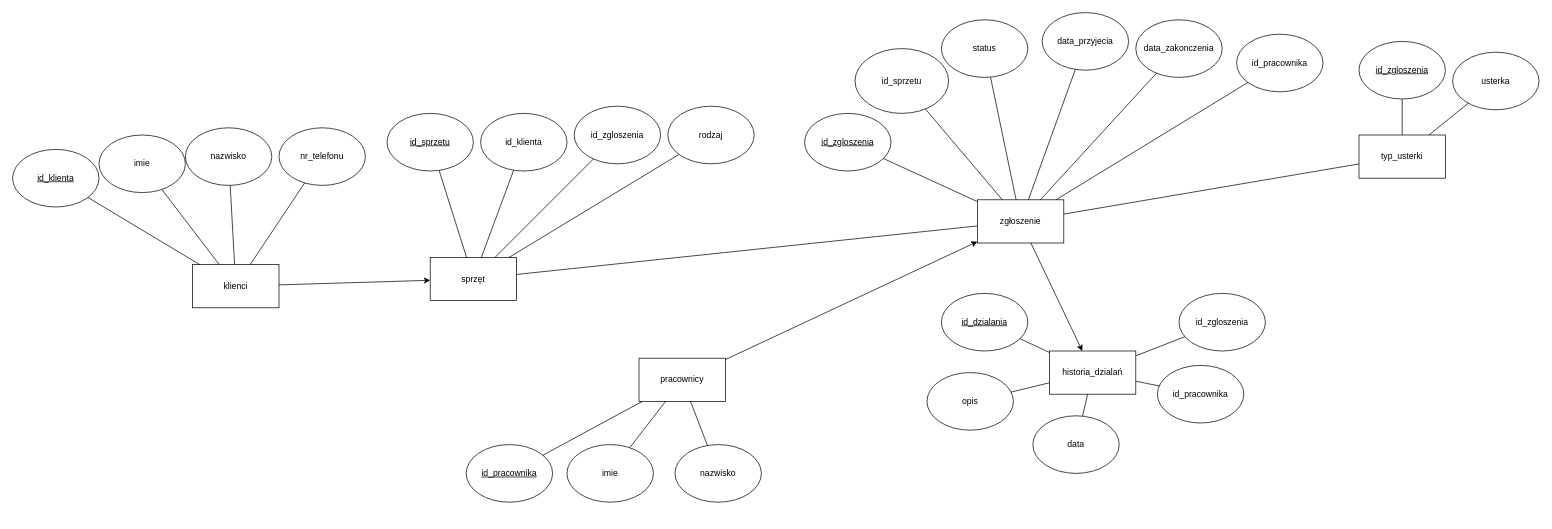
Rogala53/Bazy-Danych keeps this draw.io diagram as BazyDanych.drawio. Above is the earlier version. Source tidied: cells renumbered, new cells numbered last; positions are measured from the earlier drawing's top-left corner, leaving out a move shared by most shapes. Both pictures are drawn from the tidied source at 72%, with x=0, y=0 at pixel (12, 12).
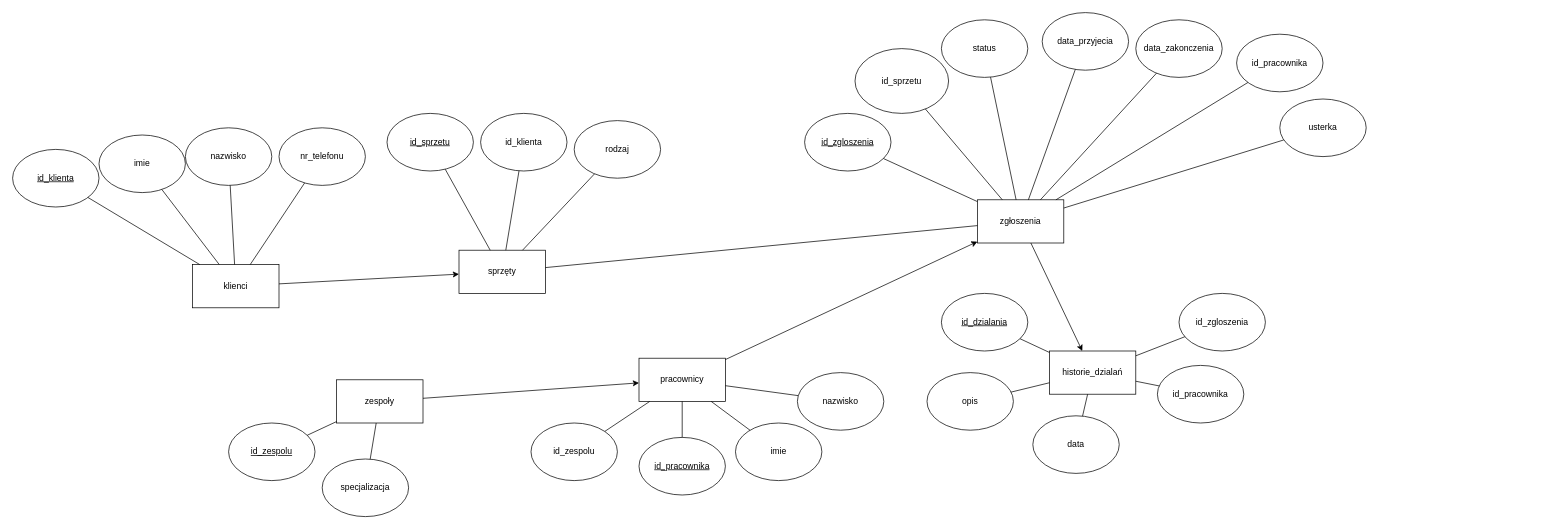
The same page after the edit.

Unchanged cells that the change refers to:
```xml
<mxCell id="18" value="pracownicy" style="rounded=0;whiteSpace=wrap;html=1;" parent="1" vertex="1">
  <mxGeometry x="870" y="480" width="120" height="60" as="geometry" />
</mxCell>
```

Change to the diagram source:
```diff
@@
-    <mxCell id="11" value="zgłoszenie" style="rounded=0;whiteSpace=wrap;html=1;" parent="1" vertex="1">
+    <mxCell id="11" value="zgłoszenia" style="rounded=0;whiteSpace=wrap;html=1;" parent="1" vertex="1">
       <mxGeometry x="1340" y="260" width="120" height="60" as="geometry" />
     </mxCell>
@@
     <mxCell id="19" value="&lt;u&gt;id_pracownika&lt;/u&gt;" style="ellipse;whiteSpace=wrap;html=1;" parent="1" vertex="1">
-      <mxGeometry x="630" y="600" width="120" height="80" as="geometry" />
+      <mxGeometry x="870" y="590" width="120" height="80" as="geometry" />
     </mxCell>
     <mxCell id="20" value="imie" style="ellipse;whiteSpace=wrap;html=1;" parent="1" vertex="1">
-      <mxGeometry x="770" y="600" width="120" height="80" as="geometry" />
+      <mxGeometry x="1004" y="570" width="120" height="80" as="geometry" />
     </mxCell>
     <mxCell id="21" value="nazwisko" style="ellipse;whiteSpace=wrap;html=1;" parent="1" vertex="1">
-      <mxGeometry x="920" y="600" width="120" height="80" as="geometry" />
+      <mxGeometry x="1090" y="500" width="120" height="80" as="geometry" />
     </mxCell>
@@
-    <mxCell id="31" value="sprzęt" style="rounded=0;whiteSpace=wrap;html=1;" parent="1" vertex="1">
-      <mxGeometry x="580" y="340" width="120" height="60" as="geometry" />
+    <mxCell id="31" value="sprzęty" style="rounded=0;whiteSpace=wrap;html=1;" parent="1" vertex="1">
+      <mxGeometry x="620" y="330" width="120" height="60" as="geometry" />
     </mxCell>
@@
     <mxCell id="35" value="rodzaj" style="ellipse;whiteSpace=wrap;html=1;" parent="1" vertex="1">
-      <mxGeometry x="910" y="130" width="120" height="80" as="geometry" />
+      <mxGeometry x="780" y="150" width="120" height="80" as="geometry" />
     </mxCell>
-    <mxCell id="36" value="id_zgloszenia" style="ellipse;whiteSpace=wrap;html=1;" parent="1" vertex="1">
-      <mxGeometry x="780" y="130" width="120" height="80" as="geometry" />
-    </mxCell>
-    <mxCell id="37" style="endArrow=none;html=1;rounded=0;" parent="1" edge="1" source="36" target="31">
-      <mxGeometry relative="1" as="geometry" />
-    </mxCell>
@@
-    <mxCell id="41" value="typ_usterki" style="rounded=0;whiteSpace=wrap;html=1;" parent="1" vertex="1">
-      <mxGeometry x="1870" y="170" width="120" height="60" as="geometry" />
-    </mxCell>
     <mxCell id="42" value="usterka" style="ellipse;whiteSpace=wrap;html=1;" parent="1" vertex="1">
-      <mxGeometry x="2000" y="55" width="120" height="80" as="geometry" />
+      <mxGeometry x="1760" y="120" width="120" height="80" as="geometry" />
     </mxCell>
-    <mxCell id="43" value="&lt;u&gt;id_zgloszenia&lt;/u&gt;" style="ellipse;whiteSpace=wrap;html=1;" parent="1" vertex="1">
-      <mxGeometry x="1870" y="40" width="120" height="80" as="geometry" />
-    </mxCell>
-    <mxCell id="44" style="endArrow=none;html=1;rounded=0;" parent="1" edge="1" source="41" target="43">
-      <mxGeometry relative="1" as="geometry" />
-    </mxCell>
-    <mxCell id="45" style="endArrow=none;html=1;rounded=0;" parent="1" edge="1" source="41" target="42">
+    <mxCell id="45" style="endArrow=none;html=1;rounded=0;" parent="1" edge="1" source="11" target="42">
       <mxGeometry relative="1" as="geometry" />
     </mxCell>
-    <mxCell id="46" value="historia_dzialań" style="rounded=0;whiteSpace=wrap;html=1;" parent="1" vertex="1">
+    <mxCell id="46" value="historie_dzialań" style="rounded=0;whiteSpace=wrap;html=1;" parent="1" vertex="1">
       <mxGeometry x="1440" y="470" width="120" height="60" as="geometry" />
     </mxCell>
@@
-    <mxCell id="58" style="endArrow=none;html=1;rounded=0;" parent="1" edge="1" source="11" target="41">
-      <mxGeometry relative="1" as="geometry" />
-    </mxCell>
@@
+    <mxCell id="61" value="zespoły" style="rounded=0;whiteSpace=wrap;html=1;" parent="1" vertex="1">
+      <mxGeometry x="450" y="510" width="120" height="60" as="geometry" />
+    </mxCell>
+    <mxCell id="62" value="&lt;u&gt;id_zespolu&lt;/u&gt;" style="ellipse;whiteSpace=wrap;html=1;" parent="1" vertex="1">
+      <mxGeometry x="300" y="570" width="120" height="80" as="geometry" />
+    </mxCell>
+    <mxCell id="63" style="endArrow=none;html=1;rounded=0;" parent="1" edge="1" source="62" target="61">
+      <mxGeometry relative="1" as="geometry" />
+    </mxCell>
+    <mxCell id="64" value="specjalizacja" style="ellipse;whiteSpace=wrap;html=1;" parent="1" vertex="1">
+      <mxGeometry x="430" y="620" width="120" height="80" as="geometry" />
+    </mxCell>
+    <mxCell id="65" style="endArrow=none;html=1;rounded=0;" parent="1" edge="1" source="64" target="61">
+      <mxGeometry relative="1" as="geometry" />
+    </mxCell>
+    <mxCell id="66" style="endArrow=classic;html=1;rounded=0;" parent="1" edge="1" source="61" target="18">
+      <mxGeometry relative="1" as="geometry" />
+    </mxCell>
+    <mxCell id="67" value="id_zespolu" style="ellipse;whiteSpace=wrap;html=1;" parent="1" vertex="1">
+      <mxGeometry x="720" y="570" width="120" height="80" as="geometry" />
+    </mxCell>
+    <mxCell id="68" style="endArrow=none;html=1;rounded=0;" parent="1" edge="1" source="67" target="18">
+      <mxGeometry relative="1" as="geometry" />
+    </mxCell>
```
